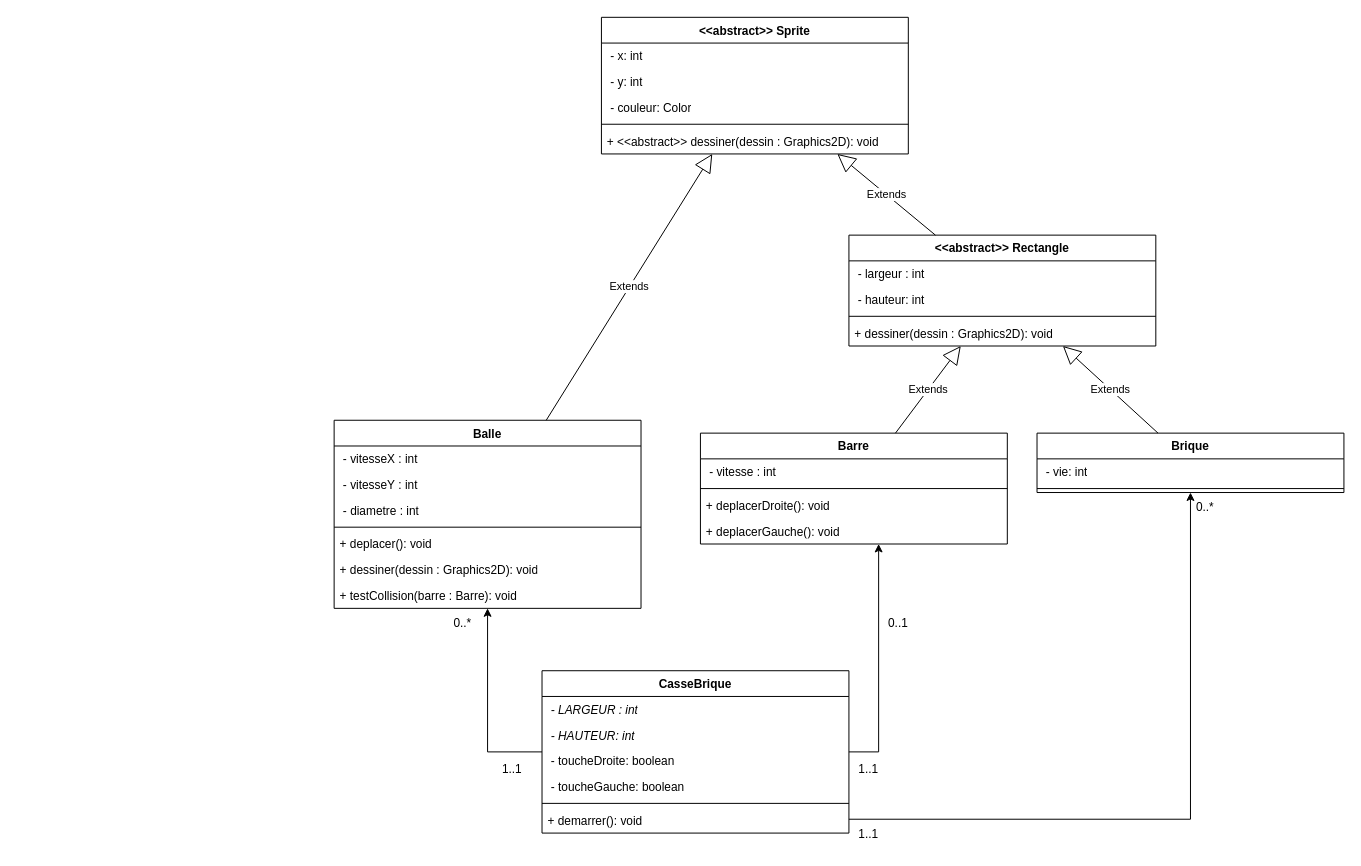
This is test.drawio from fbansept/bsd_25_26_demo, a draw.io file, before an edit. Source tidied: cells renumbered, new cells numbered last; positions are measured from the earlier drawing's top-left corner, leaving out a move shared by most shapes. Both pictures are drawn from the tidied source at 99%, with x=0, y=0 at pixel (334, 17).
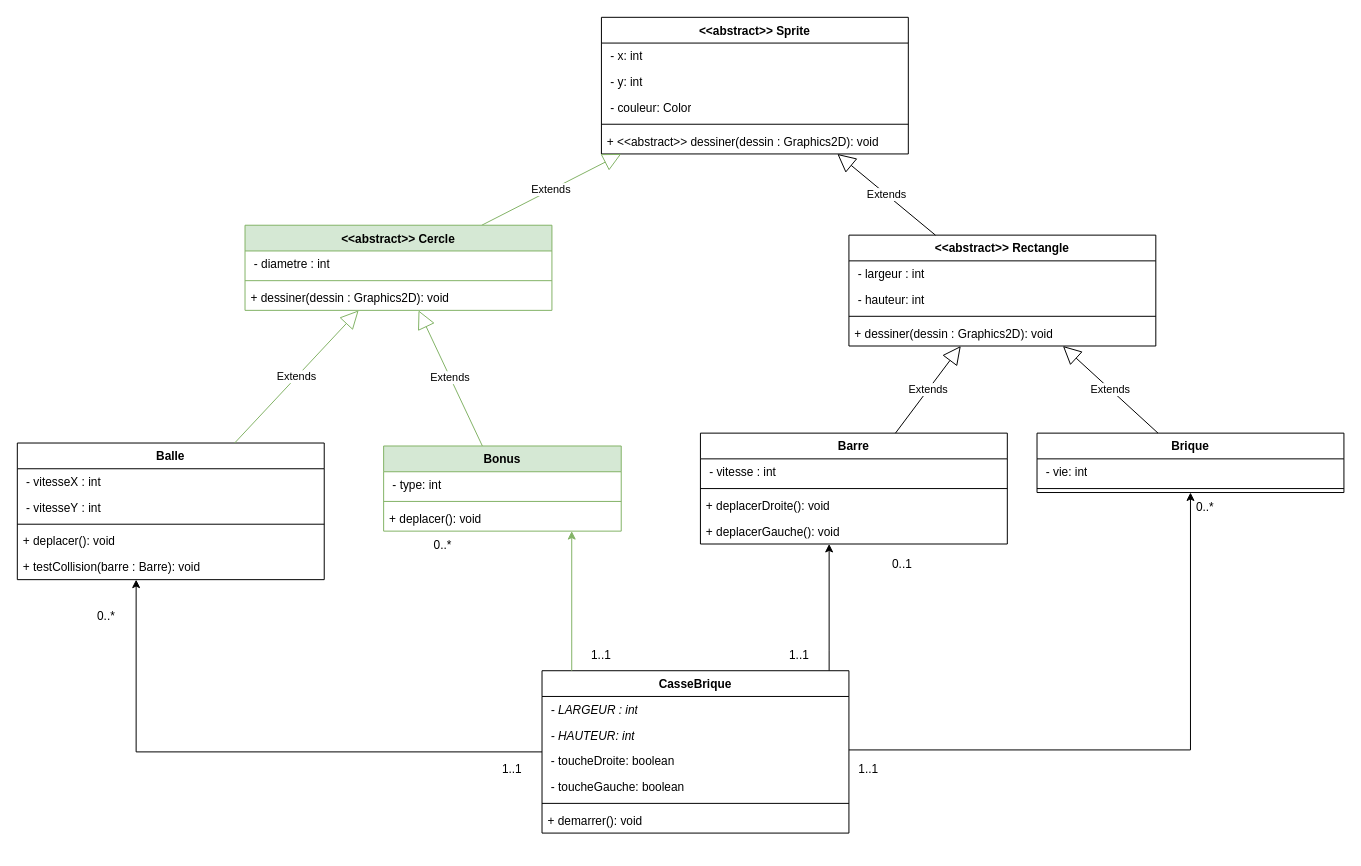
After the change.

Unchanged cells that the change refers to:
```xml
<mxCell id="10" value="Barre" style="swimlane;fontStyle=1;align=center;verticalAlign=top;horizontal=1;startSize=26;whiteSpace=wrap;html=1;" parent="1" vertex="1">
  <mxGeometry x="370" y="420" width="310" height="112" as="geometry" />
</mxCell>
<mxCell id="15" value="&amp;lt;&amp;lt;abstract&amp;gt;&amp;gt; Sprite" style="swimlane;fontStyle=1;align=center;verticalAlign=top;horizontal=1;startSize=26;whiteSpace=wrap;html=1;" parent="1" vertex="1">
  <mxGeometry x="270" width="310" height="138" as="geometry" />
</mxCell>
<mxCell id="25" value="CasseBrique" style="swimlane;fontStyle=1;align=center;verticalAlign=top;horizontal=1;startSize=26;whiteSpace=wrap;html=1;" parent="1" vertex="1">
  <mxGeometry x="210" y="660" width="310" height="164" as="geometry" />
</mxCell>
<mxCell id="37" value="Brique" style="swimlane;fontStyle=1;align=center;verticalAlign=top;horizontal=1;startSize=26;whiteSpace=wrap;html=1;" parent="1" vertex="1">
  <mxGeometry x="710" y="420" width="310" height="60" as="geometry" />
</mxCell>
```

The edit, as a diff of the source:
```diff
@@
     <mxCell id="2" value="Balle" style="swimlane;fontStyle=1;align=center;verticalAlign=top;horizontal=1;startSize=26;whiteSpace=wrap;html=1;" parent="1" vertex="1">
-      <mxGeometry y="407" width="310" height="190" as="geometry" />
+      <mxGeometry x="-320" y="430" width="310" height="138" as="geometry" />
     </mxCell>
@@
-    <mxCell id="5" value="&lt;div&gt;&amp;nbsp;- diametre : int&lt;/div&gt;" style="text;strokeColor=none;fillColor=none;align=left;verticalAlign=top;spacingLeft=4;spacingRight=4;overflow=hidden;whiteSpace=wrap;html=1;" parent="2" vertex="1">
-      <mxGeometry y="78" width="310" height="26" as="geometry" />
-    </mxCell>
     <mxCell id="6" style="line;strokeWidth=1;fillColor=none;align=left;verticalAlign=middle;spacingTop=-1;spacingLeft=3;spacingRight=3;labelPosition=right;strokeColor=inherit;" parent="2" vertex="1">
-      <mxGeometry y="104" width="310" height="8" as="geometry" />
+      <mxGeometry y="78" width="310" height="8" as="geometry" />
     </mxCell>
     <mxCell id="7" value="+ deplacer(): void" style="text;strokeColor=none;fillColor=none;align=left;verticalAlign=top;spacingLeft=4;spacingRight=4;overflow=hidden;whiteSpace=wrap;html=1;" parent="2" vertex="1">
-      <mxGeometry y="112" width="310" height="26" as="geometry" />
+      <mxGeometry y="86" width="310" height="26" as="geometry" />
     </mxCell>
-    <mxCell id="8" value="+ dessiner(dessin : Graphics2D): void" style="text;strokeColor=none;fillColor=none;align=left;verticalAlign=top;spacingLeft=4;spacingRight=4;overflow=hidden;whiteSpace=wrap;html=1;" parent="2" vertex="1">
-      <mxGeometry y="138" width="310" height="26" as="geometry" />
-    </mxCell>
     <mxCell id="9" value="+ testCollision(barre : Barre): void" style="text;strokeColor=none;fillColor=none;align=left;verticalAlign=top;spacingLeft=4;spacingRight=4;overflow=hidden;whiteSpace=wrap;html=1;" parent="2" vertex="1">
-      <mxGeometry y="164" width="310" height="26" as="geometry" />
+      <mxGeometry y="112" width="310" height="26" as="geometry" />
     </mxCell>
@@
-    <mxCell id="21" value="Extends" style="endArrow=block;endSize=16;endFill=0;html=1;rounded=0;" parent="1" edge="1" source="2" target="15">
+    <mxCell id="21" value="Extends" style="endArrow=block;endSize=16;endFill=0;html=1;rounded=0;fillColor=#d5e8d4;strokeColor=#82b366;" parent="1" edge="1" source="53" target="15">
       <mxGeometry relative="1" as="geometry" />
     </mxCell>
@@
     <mxCell id="23" style="edgeStyle=orthogonalEdgeStyle;rounded=0;jettySize=auto;html=1;" parent="1" edge="1" source="25" target="2">
       <mxGeometry relative="1" as="geometry">
         <Array as="points">
-          <mxPoint x="155" y="742" />
+          <mxPoint x="-200" y="742" />
         </Array>
       </mxGeometry>
     </mxCell>
     <mxCell id="24" style="edgeStyle=orthogonalEdgeStyle;rounded=0;jettySize=auto;html=1;endArrow=classic;endFill=1;" parent="1" edge="1" source="25" target="10">
       <mxGeometry relative="1" as="geometry">
         <Array as="points">
-          <mxPoint x="550" y="742" />
+          <mxPoint x="500" y="640" />
+          <mxPoint x="500" y="640" />
         </Array>
       </mxGeometry>
     </mxCell>
@@
     <mxCell id="32" value="0..1" style="text;html=1;whiteSpace=wrap;strokeColor=none;fillColor=none;align=center;verticalAlign=middle;rounded=0;" parent="1" vertex="1">
-      <mxGeometry x="540" y="597" width="60" height="30" as="geometry" />
+      <mxGeometry x="544" y="538" width="60" height="30" as="geometry" />
     </mxCell>
     <mxCell id="33" value="0..*" style="text;html=1;whiteSpace=wrap;strokeColor=none;fillColor=none;align=center;verticalAlign=middle;rounded=0;" parent="1" vertex="1">
-      <mxGeometry x="100" y="597" width="60" height="30" as="geometry" />
+      <mxGeometry x="-260" y="590" width="60" height="30" as="geometry" />
     </mxCell>
     <mxCell id="34" style="edgeStyle=orthogonalEdgeStyle;rounded=0;jettySize=auto;html=1;" parent="1" edge="1" source="25" target="37">
       <mxGeometry relative="1" as="geometry">
         <Array as="points">
-          <mxPoint x="865" y="810" />
+          <mxPoint x="865" y="740" />
         </Array>
       </mxGeometry>
     </mxCell>
@@
     <mxCell id="48" value="1..1" style="text;html=1;whiteSpace=wrap;strokeColor=none;fillColor=none;align=center;verticalAlign=middle;rounded=0;" parent="1" vertex="1">
-      <mxGeometry x="510" y="810" width="60" height="30" as="geometry" />
+      <mxGeometry x="440" y="630" width="60" height="30" as="geometry" />
     </mxCell>
+    <mxCell id="49" value="Bonus" style="swimlane;fontStyle=1;align=center;verticalAlign=top;horizontal=1;startSize=26;whiteSpace=wrap;html=1;fillColor=#d5e8d4;strokeColor=#82b366;" parent="1" vertex="1">
+      <mxGeometry x="50" y="433" width="240" height="86" as="geometry" />
+    </mxCell>
+    <mxCell id="50" value="&lt;div&gt;&amp;nbsp;- type&lt;span style=&quot;background-color: transparent; color: light-dark(rgb(0, 0, 0), rgb(255, 255, 255));&quot;&gt;: int&lt;/span&gt;&lt;/div&gt;" style="text;strokeColor=none;fillColor=none;align=left;verticalAlign=top;spacingLeft=4;spacingRight=4;overflow=hidden;whiteSpace=wrap;html=1;" parent="49" vertex="1">
+      <mxGeometry y="26" width="240" height="26" as="geometry" />
+    </mxCell>
+    <mxCell id="51" style="line;strokeWidth=1;fillColor=none;align=left;verticalAlign=middle;spacingTop=-1;spacingLeft=3;spacingRight=3;labelPosition=right;strokeColor=inherit;" parent="49" vertex="1">
+      <mxGeometry y="52" width="240" height="8" as="geometry" />
+    </mxCell>
+    <mxCell id="52" value="+ deplacer(): void" style="text;strokeColor=none;fillColor=none;align=left;verticalAlign=top;spacingLeft=4;spacingRight=4;overflow=hidden;whiteSpace=wrap;html=1;" parent="49" vertex="1">
+      <mxGeometry y="60" width="240" height="26" as="geometry" />
+    </mxCell>
+    <mxCell id="53" value="&amp;lt;&amp;lt;abstract&amp;gt;&amp;gt; Cercle" style="swimlane;fontStyle=1;align=center;verticalAlign=top;horizontal=1;startSize=26;whiteSpace=wrap;html=1;fillColor=#d5e8d4;strokeColor=#82b366;" parent="1" vertex="1">
+      <mxGeometry x="-90" y="210" width="310" height="86" as="geometry" />
+    </mxCell>
+    <mxCell id="5" value="&lt;div&gt;&amp;nbsp;- diametre : int&lt;/div&gt;" style="text;strokeColor=none;fillColor=none;align=left;verticalAlign=top;spacingLeft=4;spacingRight=4;overflow=hidden;whiteSpace=wrap;html=1;" parent="53" vertex="1">
+      <mxGeometry y="26" width="310" height="26" as="geometry" />
+    </mxCell>
+    <mxCell id="54" style="line;strokeWidth=1;fillColor=none;align=left;verticalAlign=middle;spacingTop=-1;spacingLeft=3;spacingRight=3;labelPosition=right;strokeColor=inherit;" parent="53" vertex="1">
+      <mxGeometry y="52" width="310" height="8" as="geometry" />
+    </mxCell>
+    <mxCell id="8" value="+ dessiner(dessin : Graphics2D): void" style="text;strokeColor=none;fillColor=none;align=left;verticalAlign=top;spacingLeft=4;spacingRight=4;overflow=hidden;whiteSpace=wrap;html=1;" parent="53" vertex="1">
+      <mxGeometry y="60" width="310" height="26" as="geometry" />
+    </mxCell>
+    <mxCell id="55" value="Extends" style="endArrow=block;endSize=16;endFill=0;html=1;rounded=0;fillColor=#d5e8d4;strokeColor=#82b366;" parent="1" edge="1" source="2" target="53">
+      <mxGeometry relative="1" as="geometry" />
+    </mxCell>
+    <mxCell id="56" value="Extends" style="endArrow=block;endSize=16;endFill=0;html=1;rounded=0;fillColor=#d5e8d4;strokeColor=#82b366;" parent="1" edge="1" source="49" target="53">
+      <mxGeometry relative="1" as="geometry" />
+    </mxCell>
+    <mxCell id="57" style="edgeStyle=orthogonalEdgeStyle;rounded=0;jettySize=auto;html=1;fillColor=#d5e8d4;strokeColor=#82b366;" parent="1" edge="1" source="25" target="49">
+      <mxGeometry relative="1" as="geometry">
+        <Array as="points">
+          <mxPoint x="240" y="630" />
+          <mxPoint x="240" y="630" />
+        </Array>
+      </mxGeometry>
+    </mxCell>
+    <mxCell id="58" value="1..1" style="text;html=1;whiteSpace=wrap;strokeColor=none;fillColor=none;align=center;verticalAlign=middle;rounded=0;" parent="1" vertex="1">
+      <mxGeometry x="240" y="630" width="60" height="30" as="geometry" />
+    </mxCell>
+    <mxCell id="59" value="0..*" style="text;html=1;whiteSpace=wrap;strokeColor=none;fillColor=none;align=center;verticalAlign=middle;rounded=0;" parent="1" vertex="1">
+      <mxGeometry x="80" y="519" width="60" height="30" as="geometry" />
+    </mxCell>
```
